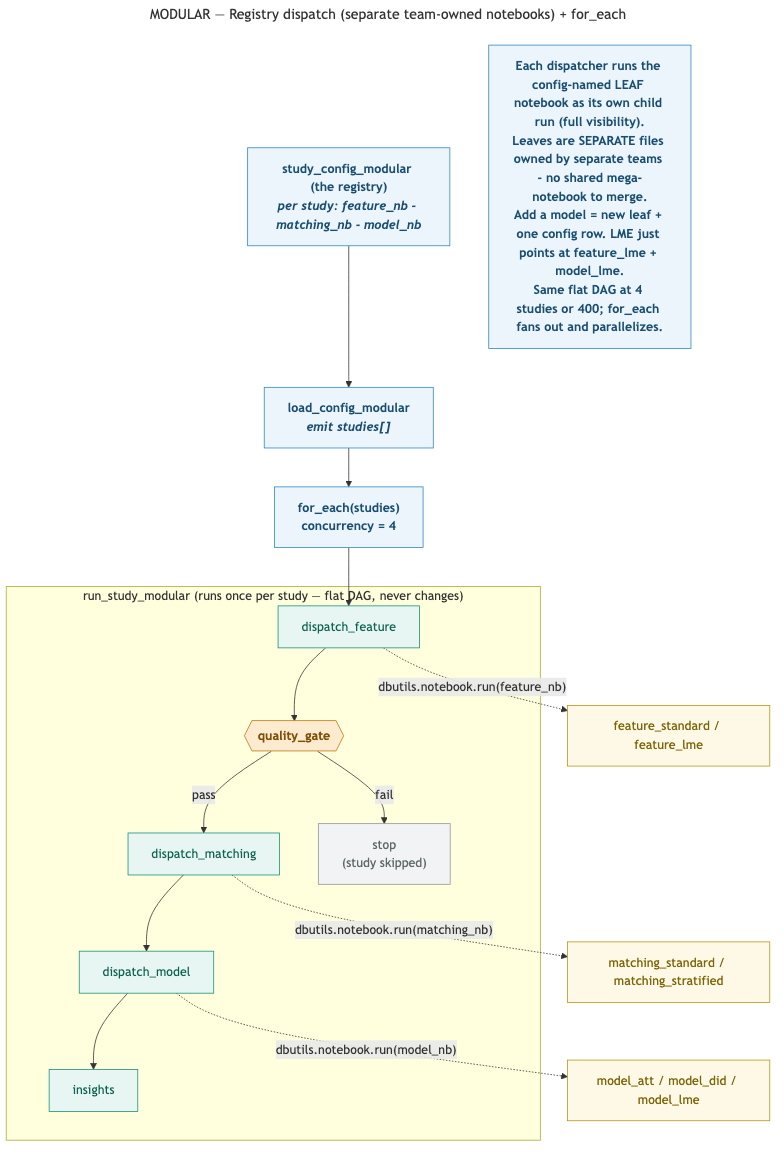
This is docs/modular.png from kiara-koeppen/hcsc-eval-engine-dabs, a Mermaid export, as it was before one commit. Its source is kept beside it as docs/modular.mmd. The source it was exported from:
```mermaid
---
title: "MODULAR — Registry dispatch (separate team-owned notebooks) + for_each"
---
flowchart TD
  classDef cond fill:#FDEBD0,stroke:#B9770E,color:#7E5109,font-weight:bold;
  classDef nb fill:#E8F6F3,stroke:#148F77,color:#0E6251;
  classDef leaf fill:#FEF9E7,stroke:#B7950B,color:#7D6608;
  classDef ctrl fill:#EBF5FB,stroke:#2E86C1,color:#1B4F72,font-weight:bold;
  classDef stop fill:#F2F3F4,stroke:#909497,color:#5F6A6A;

  CFG["study_config_modular (the registry)<br/><i>per study: feature_nb - matching_nb - model_nb</i>"]:::ctrl --> LC
  LC["load_config_modular<br/><i>emit studies[]</i>"]:::ctrl --> FE["for_each(studies)<br/>concurrency = 4"]:::ctrl
  FE --> F

  subgraph RS["run_study_modular  (runs once per study — flat DAG, never changes)"]
    direction LR
    F["dispatch_feature"]:::nb --> Q{{"quality_gate"}}:::cond
    Q -->|pass| M["dispatch_matching"]:::nb
    M --> MD["dispatch_model"]:::nb
    MD --> I["insights"]:::nb
    Q -->|fail| X["stop<br/>(study skipped)"]:::stop
  end

  F -. "dbutils.notebook.run(feature_nb)" .-> FL["feature_standard / feature_lme"]:::leaf
  M -. "dbutils.notebook.run(matching_nb)" .-> ML["matching_standard / matching_stratified"]:::leaf
  MD -. "dbutils.notebook.run(model_nb)" .-> MDL["model_att / model_did / model_lme"]:::leaf

  N["Each dispatcher runs the config-named LEAF notebook as its own child run (full visibility).<br/>Leaves are SEPARATE files owned by separate teams - no shared mega-notebook to merge.<br/>Add a model = new leaf + one config row. LME just points at feature_lme + model_lme.<br/>Same flat DAG at 4 studies or 400; for_each fans out and parallelizes."]:::ctrl
```
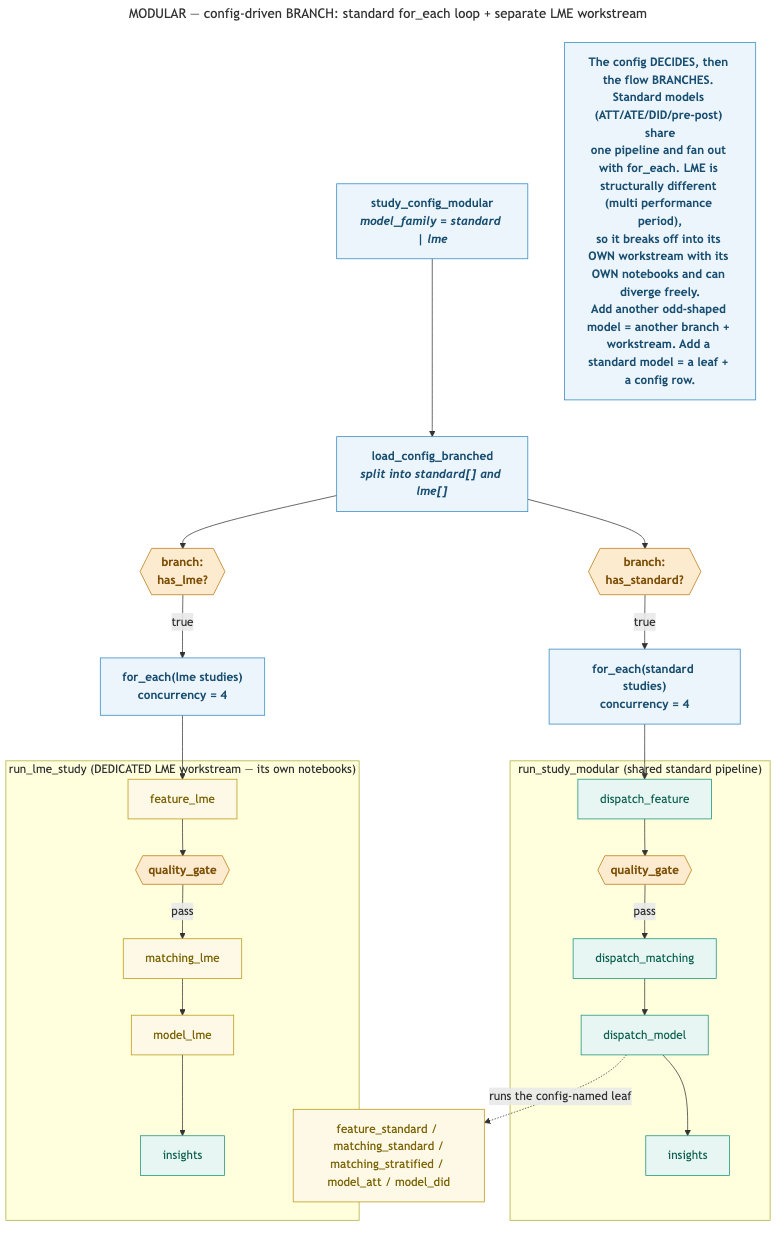
Above is the later version.

Commit message:
Rework modular track to config-driven branch (standard loop + separate LME workstream)

Change to the diagram source:
```diff
@@ -1,28 +1,31 @@
 ---
-title: "MODULAR — Registry dispatch (separate team-owned notebooks) + for_each"
+title: "MODULAR — config-driven BRANCH: standard for_each loop + separate LME workstream"
 ---
 flowchart TD
   classDef cond fill:#FDEBD0,stroke:#B9770E,color:#7E5109,font-weight:bold;
   classDef nb fill:#E8F6F3,stroke:#148F77,color:#0E6251;
   classDef leaf fill:#FEF9E7,stroke:#B7950B,color:#7D6608;
   classDef ctrl fill:#EBF5FB,stroke:#2E86C1,color:#1B4F72,font-weight:bold;
-  classDef stop fill:#F2F3F4,stroke:#909497,color:#5F6A6A;
 
-  CFG["study_config_modular (the registry)<br/><i>per study: feature_nb - matching_nb - model_nb</i>"]:::ctrl --> LC
-  LC["load_config_modular<br/><i>emit studies[]</i>"]:::ctrl --> FE["for_each(studies)<br/>concurrency = 4"]:::ctrl
-  FE --> F
+  CFG["study_config_modular<br/><i>model_family = standard | lme</i>"]:::ctrl --> LC
+  LC["load_config_branched<br/><i>split into standard[] and lme[]</i>"]:::ctrl --> BS{{"branch:<br/>has_standard?"}}:::cond
+  LC --> BL{{"branch:<br/>has_lme?"}}:::cond
 
-  subgraph RS["run_study_modular  (runs once per study — flat DAG, never changes)"]
+  BS -->|true| FES["for_each(standard studies)<br/>concurrency = 4"]:::ctrl
+  subgraph RS["run_study_modular  (shared standard pipeline)"]
     direction LR
     F["dispatch_feature"]:::nb --> Q{{"quality_gate"}}:::cond
-    Q -->|pass| M["dispatch_matching"]:::nb
-    M --> MD["dispatch_model"]:::nb
-    MD --> I["insights"]:::nb
-    Q -->|fail| X["stop<br/>(study skipped)"]:::stop
+    Q -->|pass| M["dispatch_matching"]:::nb --> MD["dispatch_model"]:::nb --> I["insights"]:::nb
   end
+  FES --> F
+  MD -. "runs the config-named leaf" .-> SL["feature_standard / matching_standard /<br/>matching_stratified / model_att / model_did"]:::leaf
 
-  F -. "dbutils.notebook.run(feature_nb)" .-> FL["feature_standard / feature_lme"]:::leaf
-  M -. "dbutils.notebook.run(matching_nb)" .-> ML["matching_standard / matching_stratified"]:::leaf
-  MD -. "dbutils.notebook.run(model_nb)" .-> MDL["model_att / model_did / model_lme"]:::leaf
+  BL -->|true| FEL["for_each(lme studies)<br/>concurrency = 4"]:::ctrl
+  subgraph RL["run_lme_study  (DEDICATED LME workstream — its own notebooks)"]
+    direction LR
+    LF["feature_lme"]:::leaf --> LQ{{"quality_gate"}}:::cond
+    LQ -->|pass| LM["matching_lme"]:::leaf --> LMD["model_lme"]:::leaf --> LI["insights"]:::nb
+  end
+  FEL --> LF
 
-  N["Each dispatcher runs the config-named LEAF notebook as its own child run (full visibility).<br/>Leaves are SEPARATE files owned by separate teams - no shared mega-notebook to merge.<br/>Add a model = new leaf + one config row. LME just points at feature_lme + model_lme.<br/>Same flat DAG at 4 studies or 400; for_each fans out and parallelizes."]:::ctrl
+  N["The config DECIDES, then the flow BRANCHES. Standard models (ATT/ATE/DID/pre-post) share<br/>one pipeline and fan out with for_each. LME is structurally different (multi performance period),<br/>so it breaks off into its OWN workstream with its OWN notebooks and can diverge freely.<br/>Add another odd-shaped model = another branch + workstream. Add a standard model = a leaf + a config row."]:::ctrl
```
